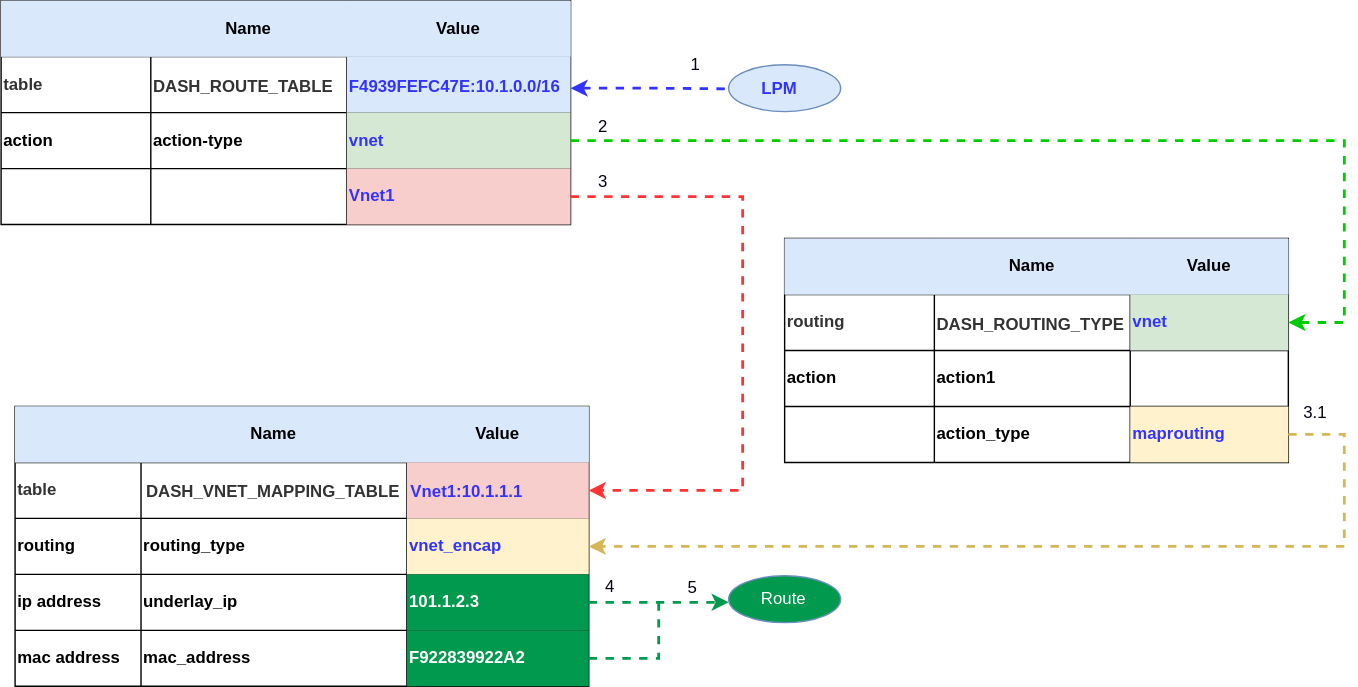
The draw.io diagram documentation/vnet2vnet-service/design/images/packet-processing-pipeline-flow-example.svg in sonic-net/DASH, before a commit. Source tidied: cells renumbered, new cells last; positions are measured from the earlier drawing's top-left corner, leaving out a move shared by most shapes.
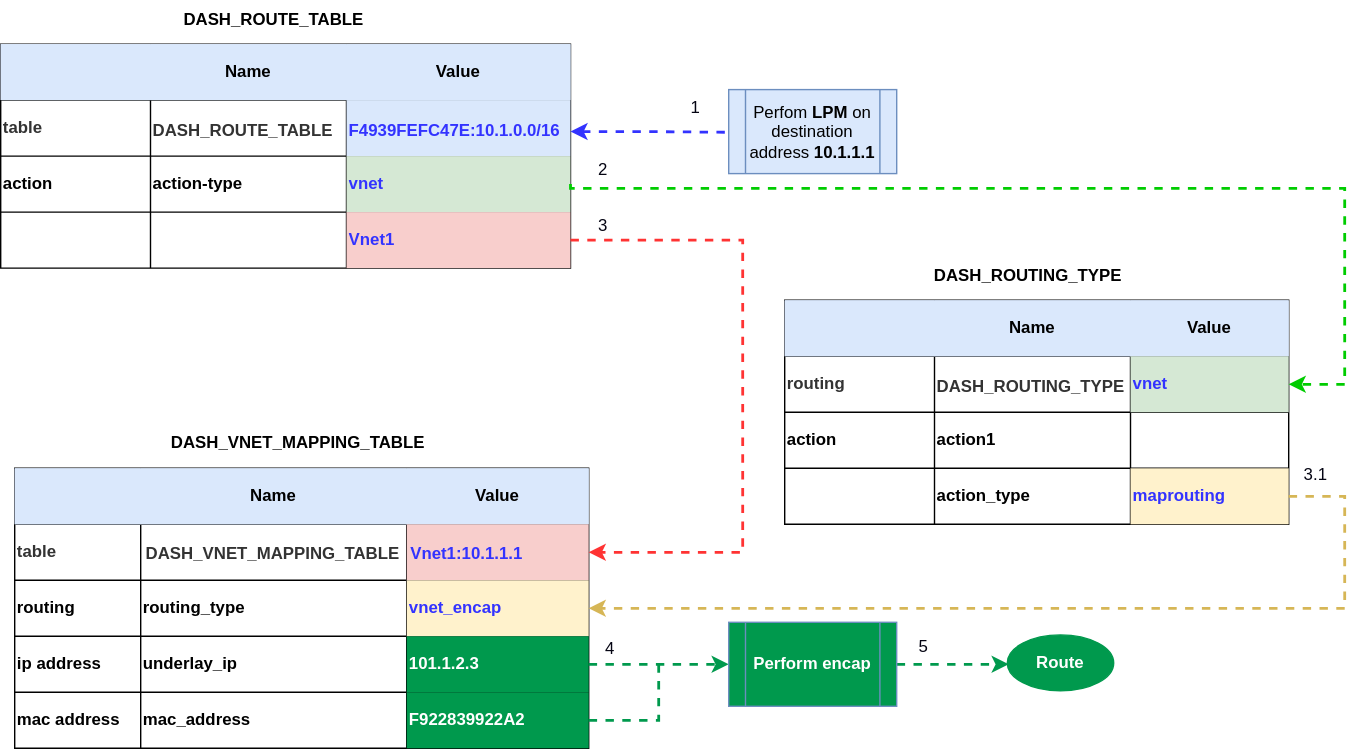
The same diagram one commit later.

Commit message:
Fixed diagram and content

The edit, as a diff of the source:
```diff
@@ -3,7 +3,7 @@
     <mxCell id="0" />
     <mxCell id="1" parent="0" />
     <mxCell id="2" style="shape=table;startSize=0;align=left;" parent="1" vertex="1">
-      <mxGeometry width="407" height="160" as="geometry" />
+      <mxGeometry y="-13" width="407" height="160" as="geometry" />
     </mxCell>
     <mxCell id="3" style="shape=tableRow;horizontal=0;startSize=0;swimlaneHead=0;swimlaneBody=0;top=0;left=0;bottom=0;right=0;fillColor=#dae8fc;align=center;fontStyle=1;strokeColor=#6c8ebf;" parent="2" vertex="1">
       <mxGeometry width="407" height="40" as="geometry" />
@@ -54,15 +54,15 @@
       <mxGeometry x="247" width="160" height="40" as="geometry" />
     </mxCell>
     <mxCell id="19" value="&lt;b&gt;DASH_ROUTE_TABLE&lt;/b&gt;" style="text;whiteSpace=wrap;html=1;align=left;fillColor=none;fontColor=#333333;strokeColor=none;" parent="1" vertex="1">
-      <mxGeometry x="107" y="47.5" width="124" height="21" as="geometry" />
+      <mxGeometry x="107" y="34.5" width="124" height="21" as="geometry" />
     </mxCell>
     <mxCell id="20" style="edgeStyle=orthogonalEdgeStyle;rounded=0;jettySize=auto;html=1;exitX=1;exitY=0.5;exitDx=0;exitDy=0;dashed=1;fontColor=#3333FF;strokeColor=#3333FF;strokeWidth=2;endArrow=none;endFill=0;startArrow=classic;startFill=1;" parent="1" edge="1" source="21">
       <mxGeometry relative="1" as="geometry">
-        <mxPoint x="520" y="63" as="targetPoint" />
+        <mxPoint x="520" y="50" as="targetPoint" />
       </mxGeometry>
     </mxCell>
     <mxCell id="21" value="&lt;b style=&quot;&quot;&gt;&lt;font color=&quot;#3333ff&quot;&gt;F4939FEFC47E:10.1.0.0/16&lt;/font&gt;&lt;/b&gt;" style="text;whiteSpace=wrap;html=1;align=left;fillColor=none;fontColor=#333333;strokeColor=none;" parent="1" vertex="1">
-      <mxGeometry x="247" y="47.5" width="160" height="30" as="geometry" />
+      <mxGeometry x="247" y="34.5" width="160" height="30" as="geometry" />
     </mxCell>
     <mxCell id="22" style="shape=table;startSize=0;align=left;" parent="1" vertex="1">
       <mxGeometry x="10" y="290" width="410" height="200" as="geometry" />
@@ -190,7 +190,7 @@
     <mxCell id="63" style="edgeStyle=orthogonalEdgeStyle;rounded=0;jettySize=auto;html=1;exitX=1;exitY=0.5;exitDx=0;exitDy=0;entryX=1;entryY=0.5;entryDx=0;entryDy=0;fontColor=#3333FF;strokeColor=#FF3333;strokeWidth=2;dashed=1;" parent="1" edge="1" source="15" target="27">
       <mxGeometry relative="1" as="geometry">
         <Array as="points">
-          <mxPoint x="530" y="140" />
+          <mxPoint x="530" y="127" />
           <mxPoint x="530" y="350" />
         </Array>
       </mxGeometry>
@@ -198,7 +198,8 @@
     <mxCell id="64" style="edgeStyle=orthogonalEdgeStyle;rounded=0;jettySize=auto;html=1;exitX=1;exitY=0.5;exitDx=0;exitDy=0;entryX=1;entryY=0.5;entryDx=0;entryDy=0;fontColor=#3333FF;strokeColor=#00CC00;strokeWidth=2;dashed=1;" parent="1" edge="1" source="11" target="50">
       <mxGeometry relative="1" as="geometry">
         <Array as="points">
-          <mxPoint x="960" y="100" />
+          <mxPoint x="407" y="90" />
+          <mxPoint x="960" y="90" />
           <mxPoint x="960" y="230" />
         </Array>
       </mxGeometry>
@@ -212,22 +213,16 @@
       </mxGeometry>
     </mxCell>
     <mxCell id="66" value="&lt;font color=&quot;#040412&quot;&gt;2&lt;/font&gt;" style="text;html=1;align=center;verticalAlign=middle;strokeColor=none;fillColor=none;fontColor=#FF8000;" parent="1" vertex="1">
-      <mxGeometry x="420" y="80" width="20" height="20" as="geometry" />
+      <mxGeometry x="420" y="67" width="20" height="20" as="geometry" />
     </mxCell>
     <mxCell id="67" value="&lt;font color=&quot;#040412&quot;&gt;3&lt;/font&gt;" style="text;html=1;align=center;verticalAlign=middle;strokeColor=none;fillColor=none;fontColor=#FF8000;" parent="1" vertex="1">
-      <mxGeometry x="420" y="120" width="20" height="20" as="geometry" />
+      <mxGeometry x="420" y="107" width="20" height="20" as="geometry" />
     </mxCell>
     <mxCell id="68" value="&lt;font color=&quot;#040412&quot;&gt;3.1&lt;/font&gt;" style="text;html=1;align=center;verticalAlign=middle;strokeColor=none;fillColor=none;fontColor=#FF8000;" parent="1" vertex="1">
       <mxGeometry x="924" y="285" width="30" height="20" as="geometry" />
     </mxCell>
-    <mxCell id="69" style="ellipse;whiteSpace=wrap;html=1;labelBackgroundColor=#FFFF33;strokeColor=#6c8ebf;fillColor=#dae8fc;" parent="1" vertex="1">
-      <mxGeometry x="520" y="45.8" width="80" height="33.5" as="geometry" />
-    </mxCell>
-    <mxCell id="70" value="&lt;b&gt;LPM&lt;/b&gt;" style="text;html=1;align=center;verticalAlign=middle;strokeColor=none;fillColor=none;fontColor=#3333FF;" parent="1" vertex="1">
-      <mxGeometry x="536" y="52.5" width="40" height="20" as="geometry" />
-    </mxCell>
     <mxCell id="71" value="&lt;font color=&quot;#040412&quot;&gt;1&lt;/font&gt;" style="text;html=1;align=center;verticalAlign=middle;strokeColor=none;fillColor=none;fontColor=#FF8000;" parent="1" vertex="1">
-      <mxGeometry x="486" y="36" width="20" height="20" as="geometry" />
+      <mxGeometry x="486" y="23" width="20" height="20" as="geometry" />
     </mxCell>
     <mxCell id="72" style="edgeStyle=orthogonalEdgeStyle;rounded=0;jettySize=auto;html=1;exitX=1;exitY=0.5;exitDx=0;exitDy=0;dashed=1;fontColor=#3333FF;startArrow=none;startFill=0;endArrow=classic;endFill=1;strokeColor=#00994D;strokeWidth=2;" parent="1" edge="1" source="35">
       <mxGeometry relative="1" as="geometry">
@@ -237,9 +232,6 @@
     <mxCell id="73" value="&lt;font color=&quot;#040412&quot;&gt;4&lt;/font&gt;" style="text;html=1;align=center;verticalAlign=middle;strokeColor=none;fillColor=none;fontColor=#FF8000;" parent="1" vertex="1">
       <mxGeometry x="425" y="409" width="20" height="20" as="geometry" />
     </mxCell>
-    <mxCell id="74" style="ellipse;whiteSpace=wrap;html=1;labelBackgroundColor=#FFFF33;strokeColor=#6c8ebf;fillColor=#00994D;" parent="1" vertex="1">
-      <mxGeometry x="520" y="411" width="80" height="33.5" as="geometry" />
-    </mxCell>
     <mxCell id="75" value="Route" style="text;html=1;align=center;verticalAlign=middle;strokeColor=none;fillColor=none;fontColor=#FFFFFF;" parent="1" vertex="1">
       <mxGeometry x="534" y="417.8" width="50" height="20" as="geometry" />
     </mxCell>
@@ -249,7 +241,30 @@
       </mxGeometry>
     </mxCell>
     <mxCell id="77" value="&lt;font color=&quot;#040412&quot;&gt;5&lt;/font&gt;" style="text;html=1;align=center;verticalAlign=middle;strokeColor=none;fillColor=none;fontColor=#FF8000;" parent="1" vertex="1">
-      <mxGeometry x="484" y="410" width="20" height="20" as="geometry" />
+      <mxGeometry x="649" y="407.8" width="20" height="20" as="geometry" />
     </mxCell>
+    <mxCell id="78" value="Perfom&amp;nbsp;&lt;b&gt;LPM&lt;/b&gt; on destination address &lt;b&gt;10.1.1.1&lt;/b&gt;" style="shape=process;whiteSpace=wrap;html=1;backgroundOutline=1;labelBackgroundColor=none;strokeColor=#6c8ebf;fillColor=#dae8fc;" parent="1" vertex="1">
+      <mxGeometry x="520" y="19.5" width="120" height="60" as="geometry" />
+    </mxCell>
+    <mxCell id="79" style="edgeStyle=orthogonalEdgeStyle;rounded=0;jettySize=auto;html=1;exitX=1;exitY=0.5;exitDx=0;exitDy=0;dashed=1;fontColor=#FFFFFF;startArrow=none;startFill=0;endArrow=classic;endFill=1;strokeColor=#00994D;strokeWidth=2;" parent="1" edge="1" source="80">
+      <mxGeometry relative="1" as="geometry">
+        <mxPoint x="720" y="430" as="targetPoint" />
+      </mxGeometry>
+    </mxCell>
+    <mxCell id="80" value="&lt;font color=&quot;#ffffff&quot;&gt;&lt;b&gt;Perform encap&lt;/b&gt;&lt;/font&gt;" style="shape=process;whiteSpace=wrap;html=1;backgroundOutline=1;labelBackgroundColor=none;strokeColor=#6c8ebf;fillColor=#00994D;" parent="1" vertex="1">
+      <mxGeometry x="520" y="400" width="120" height="60" as="geometry" />
+    </mxCell>
+    <mxCell id="81" value="&lt;b&gt;Route&lt;/b&gt;" style="ellipse;whiteSpace=wrap;html=1;labelBackgroundColor=none;fontColor=#FFFFFF;strokeColor=#00994D;fillColor=#00994D;" parent="1" vertex="1">
+      <mxGeometry x="719" y="409" width="76" height="40" as="geometry" />
+    </mxCell>
+    <mxCell id="82" value="&lt;font color=&quot;#000000&quot;&gt;&lt;b&gt;DASH_ROUTE_TABLE&lt;/b&gt;&lt;/font&gt;" style="text;whiteSpace=wrap;html=1;fontColor=#FFFFFF;" parent="1" vertex="1">
+      <mxGeometry x="128.5" y="-44" width="150" height="30" as="geometry" />
+    </mxCell>
+    <mxCell id="83" value="&lt;b&gt;DASH_ROUTING_TYPE&lt;/b&gt;" style="text;whiteSpace=wrap;html=1;fontColor=#000000;" parent="1" vertex="1">
+      <mxGeometry x="665" y="139" width="160" height="30" as="geometry" />
+    </mxCell>
+    <mxCell id="84" value="&lt;b&gt;DASH_VNET_MAPPING_TABLE&lt;/b&gt;" style="text;whiteSpace=wrap;html=1;fontColor=#000000;" parent="1" vertex="1">
+      <mxGeometry x="120" y="258" width="200" height="30" as="geometry" />
+    </mxCell>
   </root>
 </mxGraphModel>
```
